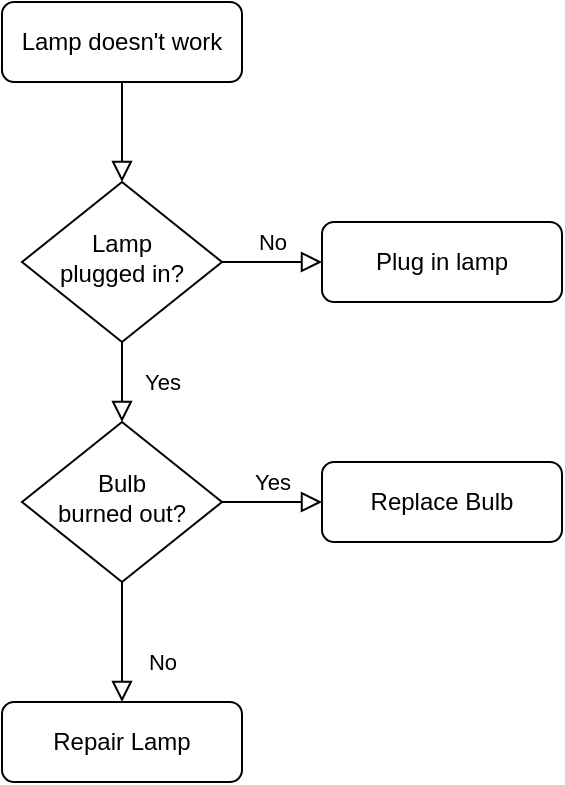
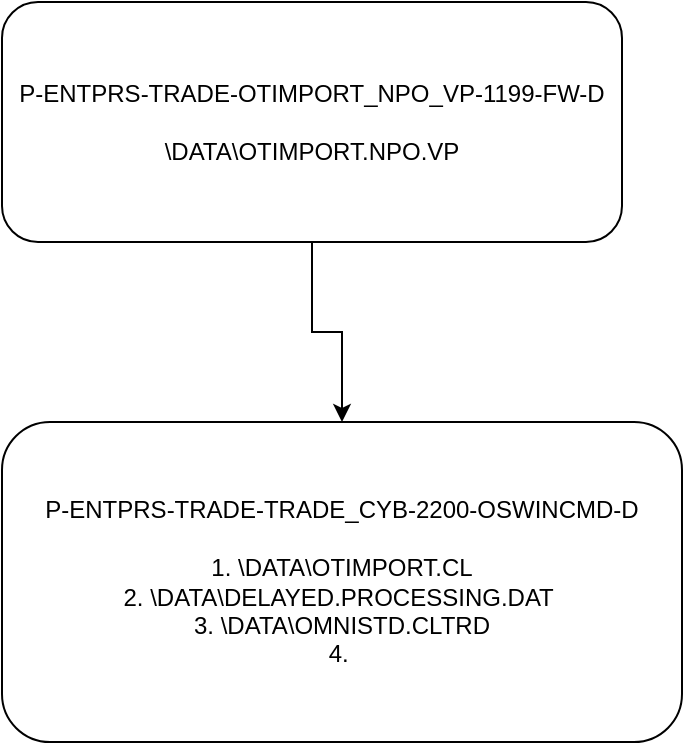
<mxfile host="app.diagrams.net">
-   <diagram id="C5RBs43oDa-KdzZeNtuy">
-     <mxGraphModel dx="1223" dy="898" grid="1" gridSize="10" guides="1" tooltips="1" connect="1" arrows="1" fold="1" page="1" pageScale="1" pageWidth="827" pageHeight="1169" math="0" shadow="0">
+   <diagram id="C5RBs43oDa-KdzZeNtuy" name="Page-1">
+     <mxGraphModel dx="1094" dy="714" grid="1" gridSize="10" guides="1" tooltips="1" connect="1" arrows="1" fold="1" page="1" pageScale="1" pageWidth="827" pageHeight="1169" math="0" shadow="0">
      <root>
        <mxCell id="WIyWlLk6GJQsqaUBKTNV-0" />
        <mxCell id="WIyWlLk6GJQsqaUBKTNV-1" parent="WIyWlLk6GJQsqaUBKTNV-0" />
-         <mxCell id="WIyWlLk6GJQsqaUBKTNV-2" value="" style="rounded=0;html=1;jettySize=auto;orthogonalLoop=1;fontSize=11;endArrow=block;endFill=0;endSize=8;strokeWidth=1;shadow=0;labelBackgroundColor=none;edgeStyle=orthogonalEdgeStyle;" parent="WIyWlLk6GJQsqaUBKTNV-1" source="WIyWlLk6GJQsqaUBKTNV-3" target="WIyWlLk6GJQsqaUBKTNV-6" edge="1">
+         <mxCell id="6Lv2g9Iy0-9neviO32o3-4" edge="1" parent="WIyWlLk6GJQsqaUBKTNV-1" source="6Lv2g9Iy0-9neviO32o3-2" style="edgeStyle=orthogonalEdgeStyle;rounded=0;orthogonalLoop=1;jettySize=auto;html=1;" target="6Lv2g9Iy0-9neviO32o3-3" value="">
          <mxGeometry relative="1" as="geometry" />
        </mxCell>
-         <mxCell id="WIyWlLk6GJQsqaUBKTNV-3" value="Lamp doesn&#39;t work" style="rounded=1;whiteSpace=wrap;html=1;fontSize=12;glass=0;strokeWidth=1;shadow=0;" parent="WIyWlLk6GJQsqaUBKTNV-1" vertex="1">
-           <mxGeometry x="160" y="80" width="120" height="40" as="geometry" />
+         <mxCell id="6Lv2g9Iy0-9neviO32o3-2" parent="WIyWlLk6GJQsqaUBKTNV-1" style="rounded=1;whiteSpace=wrap;html=1;" value="P-ENTPRS-TRADE-OTIMPORT_NPO_VP-1199-FW-D&lt;br&gt;&lt;br&gt;&lt;div&gt;\DATA\OTIMPORT.NPO.VP&lt;/div&gt;" vertex="1">
+           <mxGeometry height="120" width="310" x="210" y="210" as="geometry" />
        </mxCell>
-         <mxCell id="WIyWlLk6GJQsqaUBKTNV-4" value="Yes" style="rounded=0;html=1;jettySize=auto;orthogonalLoop=1;fontSize=11;endArrow=block;endFill=0;endSize=8;strokeWidth=1;shadow=0;labelBackgroundColor=none;edgeStyle=orthogonalEdgeStyle;" parent="WIyWlLk6GJQsqaUBKTNV-1" source="WIyWlLk6GJQsqaUBKTNV-6" target="WIyWlLk6GJQsqaUBKTNV-10" edge="1">
-           <mxGeometry y="20" relative="1" as="geometry">
-             <mxPoint as="offset" />
-           </mxGeometry>
-         </mxCell>
-         <mxCell id="WIyWlLk6GJQsqaUBKTNV-5" value="No" style="edgeStyle=orthogonalEdgeStyle;rounded=0;html=1;jettySize=auto;orthogonalLoop=1;fontSize=11;endArrow=block;endFill=0;endSize=8;strokeWidth=1;shadow=0;labelBackgroundColor=none;" parent="WIyWlLk6GJQsqaUBKTNV-1" source="WIyWlLk6GJQsqaUBKTNV-6" target="WIyWlLk6GJQsqaUBKTNV-7" edge="1">
-           <mxGeometry y="10" relative="1" as="geometry">
-             <mxPoint as="offset" />
-           </mxGeometry>
-         </mxCell>
-         <mxCell id="WIyWlLk6GJQsqaUBKTNV-6" value="Lamp&lt;br&gt;plugged in?" style="rhombus;whiteSpace=wrap;html=1;shadow=0;fontFamily=Helvetica;fontSize=12;align=center;strokeWidth=1;spacing=6;spacingTop=-4;" parent="WIyWlLk6GJQsqaUBKTNV-1" vertex="1">
-           <mxGeometry x="170" y="170" width="100" height="80" as="geometry" />
-         </mxCell>
-         <mxCell id="WIyWlLk6GJQsqaUBKTNV-7" value="Plug in lamp" style="rounded=1;whiteSpace=wrap;html=1;fontSize=12;glass=0;strokeWidth=1;shadow=0;" parent="WIyWlLk6GJQsqaUBKTNV-1" vertex="1">
-           <mxGeometry x="320" y="190" width="120" height="40" as="geometry" />
-         </mxCell>
-         <mxCell id="WIyWlLk6GJQsqaUBKTNV-8" value="No" style="rounded=0;html=1;jettySize=auto;orthogonalLoop=1;fontSize=11;endArrow=block;endFill=0;endSize=8;strokeWidth=1;shadow=0;labelBackgroundColor=none;edgeStyle=orthogonalEdgeStyle;" parent="WIyWlLk6GJQsqaUBKTNV-1" source="WIyWlLk6GJQsqaUBKTNV-10" target="WIyWlLk6GJQsqaUBKTNV-11" edge="1">
-           <mxGeometry x="0.3333" y="20" relative="1" as="geometry">
-             <mxPoint as="offset" />
-           </mxGeometry>
-         </mxCell>
-         <mxCell id="WIyWlLk6GJQsqaUBKTNV-9" value="Yes" style="edgeStyle=orthogonalEdgeStyle;rounded=0;html=1;jettySize=auto;orthogonalLoop=1;fontSize=11;endArrow=block;endFill=0;endSize=8;strokeWidth=1;shadow=0;labelBackgroundColor=none;" parent="WIyWlLk6GJQsqaUBKTNV-1" source="WIyWlLk6GJQsqaUBKTNV-10" target="WIyWlLk6GJQsqaUBKTNV-12" edge="1">
-           <mxGeometry y="10" relative="1" as="geometry">
-             <mxPoint as="offset" />
-           </mxGeometry>
-         </mxCell>
-         <mxCell id="WIyWlLk6GJQsqaUBKTNV-10" value="Bulb&lt;br&gt;burned out?" style="rhombus;whiteSpace=wrap;html=1;shadow=0;fontFamily=Helvetica;fontSize=12;align=center;strokeWidth=1;spacing=6;spacingTop=-4;" parent="WIyWlLk6GJQsqaUBKTNV-1" vertex="1">
-           <mxGeometry x="170" y="290" width="100" height="80" as="geometry" />
-         </mxCell>
-         <mxCell id="WIyWlLk6GJQsqaUBKTNV-11" value="Repair Lamp" style="rounded=1;whiteSpace=wrap;html=1;fontSize=12;glass=0;strokeWidth=1;shadow=0;" parent="WIyWlLk6GJQsqaUBKTNV-1" vertex="1">
-           <mxGeometry x="160" y="430" width="120" height="40" as="geometry" />
-         </mxCell>
-         <mxCell id="WIyWlLk6GJQsqaUBKTNV-12" value="Replace Bulb" style="rounded=1;whiteSpace=wrap;html=1;fontSize=12;glass=0;strokeWidth=1;shadow=0;" parent="WIyWlLk6GJQsqaUBKTNV-1" vertex="1">
-           <mxGeometry x="320" y="310" width="120" height="40" as="geometry" />
+         <mxCell id="6Lv2g9Iy0-9neviO32o3-3" parent="WIyWlLk6GJQsqaUBKTNV-1" style="whiteSpace=wrap;html=1;rounded=1;" value="P-ENTPRS-TRADE-TRADE_CYB-2200-OSWINCMD-D&lt;br&gt;&lt;div&gt;&lt;br&gt;1.&amp;nbsp;\DATA\OTIMPORT.CL&lt;br&gt;2.&amp;nbsp;\DATA\DELAYED.PROCESSING.DAT&amp;nbsp;&lt;br&gt;3.&amp;nbsp;\DATA\OMNISTD.CLTRD&lt;br&gt;4.&amp;nbsp;&lt;/div&gt;" vertex="1">
+           <mxGeometry height="160" width="340" x="210" y="420" as="geometry" />
        </mxCell>
      </root>
    </mxGraphModel>
  </diagram>
</mxfile>
